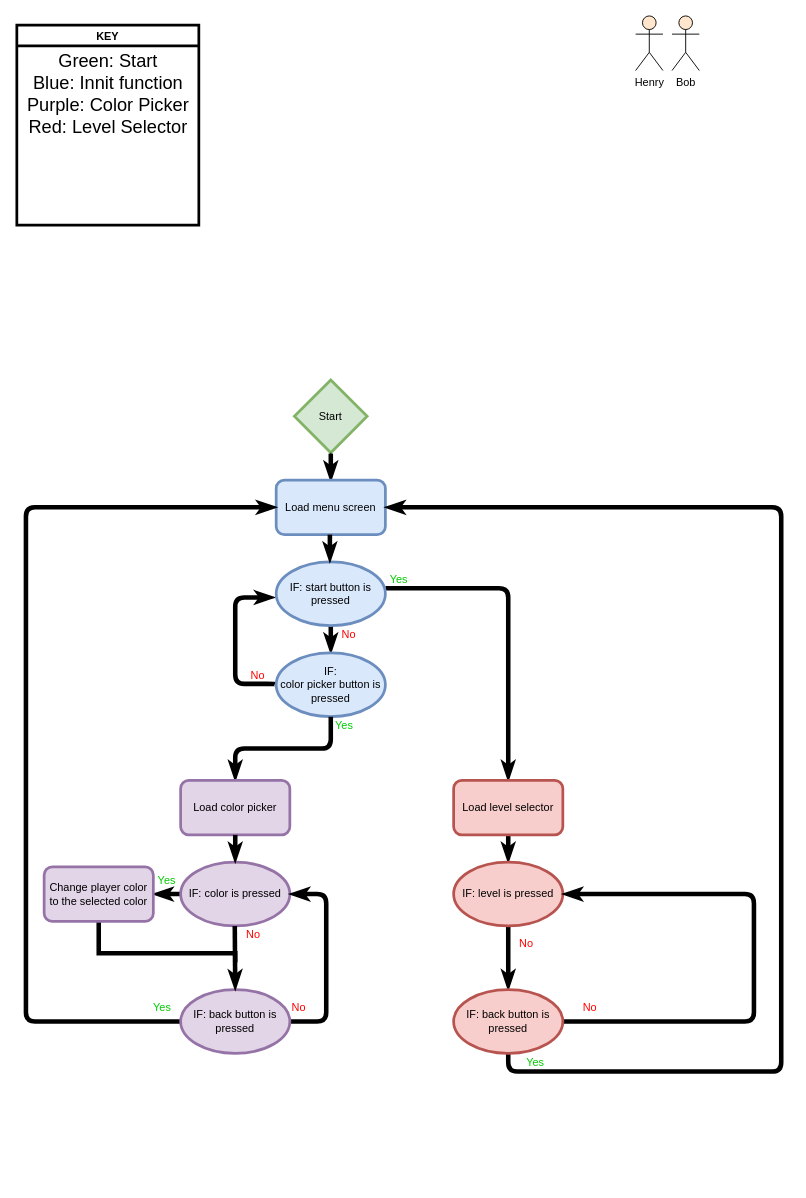
The draw.io diagram adventurePark.drawio in santinx07/adventurePark, before the edit. Source tidied: cells renumbered, new cells numbered last; positions are measured from the earlier drawing's top-left corner, leaving out a move shared by most shapes. Both pictures are drawn from the tidied source at 91%, with x=0, y=0 at pixel (16, 15).
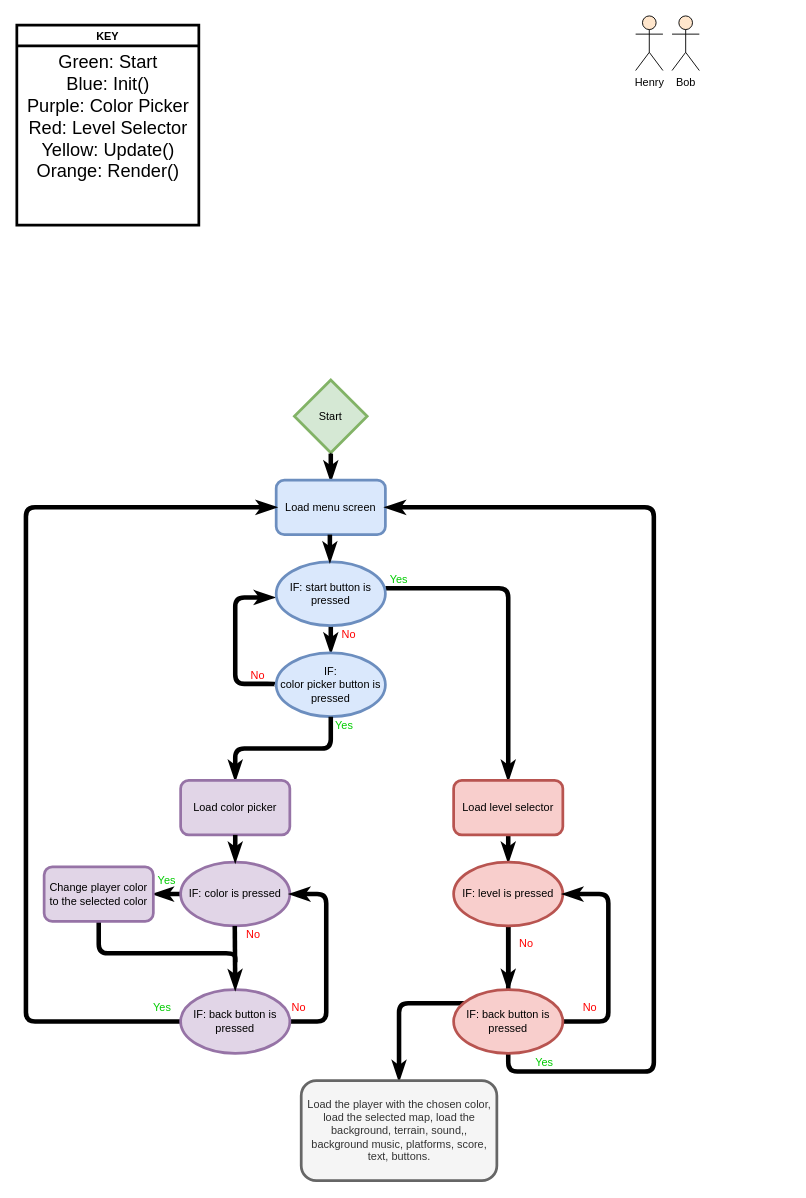
Above is the later version.

The change refers to these unchanged cells:
```xml
<mxCell id="3" value="KEY" style="swimlane;strokeWidth=3;" parent="1" vertex="1">
  <mxGeometry y="10" width="200" height="220" as="geometry" />
</mxCell>
<mxCell id="18" value="Load menu screen" style="rounded=1;whiteSpace=wrap;html=1;fillColor=#dae8fc;strokeColor=#6c8ebf;strokeWidth=3;" parent="1" vertex="1">
  <mxGeometry x="285" y="510" width="120" height="60" as="geometry" />
</mxCell>
<mxCell id="28" value="&lt;span&gt;Change player color to the selected color&lt;/span&gt;" style="rounded=1;whiteSpace=wrap;html=1;strokeWidth=3;fillColor=#e1d5e7;strokeColor=#9673a6;" parent="1" vertex="1">
  <mxGeometry x="30" y="935" width="120" height="60" as="geometry" />
</mxCell>
<mxCell id="39" value="&lt;span&gt;IF: level is pressed&lt;br&gt;&lt;/span&gt;" style="ellipse;whiteSpace=wrap;html=1;fillColor=#f8cecc;strokeColor=#b85450;strokeWidth=3;" parent="1" vertex="1">
  <mxGeometry x="480" y="930" width="120" height="70" as="geometry" />
</mxCell>
<mxCell id="42" value="&lt;span&gt;IF: back button is pressed&lt;br&gt;&lt;/span&gt;" style="ellipse;whiteSpace=wrap;html=1;fillColor=#f8cecc;strokeColor=#b85450;strokeWidth=3;" parent="1" vertex="1">
  <mxGeometry x="480" y="1070" width="120" height="70" as="geometry" />
</mxCell>
```

What changed in the source:
```diff
@@
-    <mxCell id="4" value="&lt;font style=&quot;font-size: 20px&quot;&gt;Green: Start&lt;br&gt;Blue: Innit function&lt;br&gt;Purple: Color Picker&lt;br&gt;Red: Level Selector&lt;br&gt;&lt;/font&gt;" style="text;html=1;align=center;verticalAlign=middle;strokeColor=none;fillColor=none;" parent="3" vertex="1">
-      <mxGeometry x="5" y="40" width="190" height="70" as="geometry" />
+    <mxCell id="4" value="&lt;font style=&quot;font-size: 20px&quot;&gt;Green: Start&lt;br&gt;Blue: Init()&lt;br&gt;Purple: Color Picker&lt;br&gt;Red: Level Selector&lt;br&gt;Yellow: Update()&lt;br&gt;Orange: Render()&lt;br&gt;&lt;/font&gt;" style="text;html=1;align=center;verticalAlign=middle;strokeColor=none;fillColor=none;" parent="3" vertex="1">
+      <mxGeometry x="5" y="50" width="190" height="100" as="geometry" />
     </mxCell>
@@
-    <mxCell id="27" style="edgeStyle=orthogonalEdgeStyle;rounded=0;jettySize=auto;html=1;strokeWidth=5;endArrow=none;endFill=0;" parent="1" edge="1" source="28">
+    <mxCell id="27" style="edgeStyle=orthogonalEdgeStyle;rounded=1;jettySize=auto;html=1;strokeWidth=5;endArrow=none;endFill=0;" parent="1" edge="1" source="28">
       <mxGeometry relative="1" as="geometry">
         <mxPoint x="240" y="1040" as="targetPoint" />
         <Array as="points">
           <mxPoint x="90" y="1030" />
           <mxPoint x="240" y="1030" />
         </Array>
       </mxGeometry>
     </mxCell>
@@
+    <mxCell id="46" style="edgeStyle=orthogonalEdgeStyle;rounded=1;jettySize=auto;html=1;entryX=0.5;entryY=0;entryDx=0;entryDy=0;strokeWidth=5;endArrow=classicThin;endFill=1;" parent="1" edge="1" source="39" target="47">
+      <mxGeometry relative="1" as="geometry" />
+    </mxCell>
@@
     <mxCell id="40" style="edgeStyle=orthogonalEdgeStyle;rounded=1;jettySize=auto;html=1;entryX=1;entryY=0.5;entryDx=0;entryDy=0;endArrow=classicThin;endFill=1;strokeColor=#000000;strokeWidth=5;exitX=0.5;exitY=1;exitDx=0;exitDy=0;" parent="1" edge="1" source="42" target="18">
       <mxGeometry relative="1" as="geometry">
         <Array as="points">
           <mxPoint x="540" y="1160" />
-          <mxPoint x="840" y="1160" />
-          <mxPoint x="840" y="540" />
+          <mxPoint x="700" y="1160" />
+          <mxPoint x="700" y="540" />
         </Array>
       </mxGeometry>
     </mxCell>
     <mxCell id="41" style="edgeStyle=orthogonalEdgeStyle;rounded=1;jettySize=auto;html=1;exitX=1;exitY=0.5;exitDx=0;exitDy=0;entryX=1;entryY=0.5;entryDx=0;entryDy=0;endArrow=classicThin;endFill=1;strokeColor=#000000;strokeWidth=5;" parent="1" edge="1" source="42" target="39">
       <mxGeometry relative="1" as="geometry">
         <Array as="points">
-          <mxPoint x="810" y="1105" />
-          <mxPoint x="810" y="965" />
+          <mxPoint x="650" y="1105" />
+          <mxPoint x="650" y="965" />
         </Array>
       </mxGeometry>
     </mxCell>
@@
     <mxCell id="44" value="&lt;font color=&quot;#00cc00&quot;&gt;Yes&lt;/font&gt;" style="text;html=1;strokeColor=none;fillColor=none;align=center;verticalAlign=middle;whiteSpace=wrap;rounded=0;" parent="1" vertex="1">
-      <mxGeometry x="550" y="1140" width="40" height="20" as="geometry" />
+      <mxGeometry x="560" y="1140" width="40" height="20" as="geometry" />
     </mxCell>
@@
+    <mxCell id="47" value="Load the player with the chosen color, load the selected map, load the background, terrain, sound,, background music, platforms, score, text, buttons." style="rounded=1;whiteSpace=wrap;html=1;fillColor=#f5f5f5;strokeColor=#666666;fontColor=#333333;strokeWidth=3;" parent="1" vertex="1">
+      <mxGeometry x="312.5" y="1170" width="215" height="110" as="geometry" />
+    </mxCell>
```
